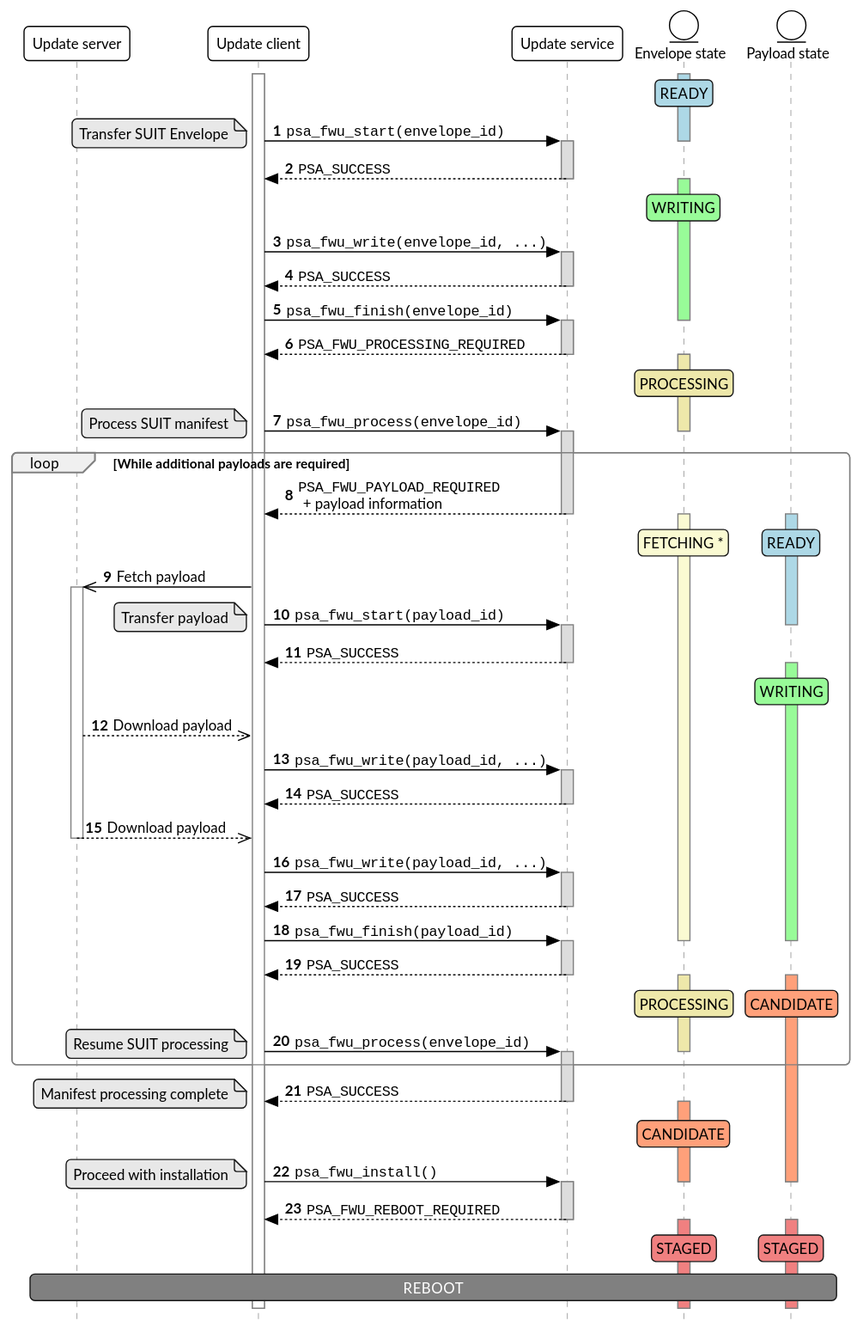
Earlier version of the PlantUML export design/rfc-01-fwu-suit/fetch-as-state.svg (ARM-software/psa-api). Its source is kept beside it as design/rfc-01-fwu-suit/fetch-as-state.puml.
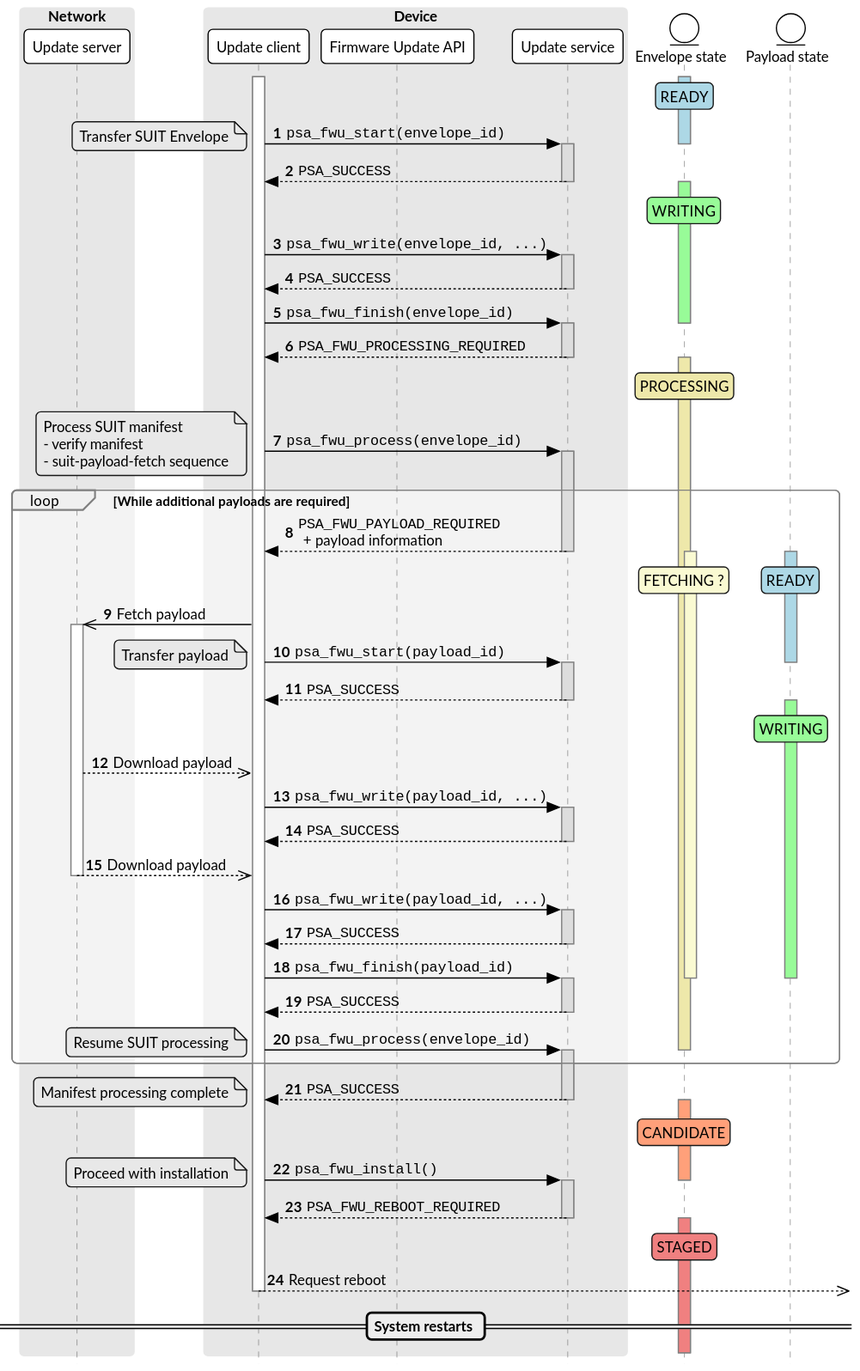
Later version of the same file.

Diff of the diagram source:
```diff
@@ -1,10 +1,16 @@
 @startuml
+
 
 !include atg-spec.pumh
 
+box Network
 participant "Update server" as server
+end box
+box Device
 participant "Update client" as client
+participant "Firmware Update API" as api
 participant "Update service" as service
+end box
 entity "Envelope state" as envelope
 entity "Payload state" as payload
 
@@ -36,8 +42,11 @@
 rnote over envelope #PaleGoldenRod: PROCESSING
 
 client -> service: ""psa_fwu_process(envelope_id)""
-note left: Process SUIT manifest
-deactivate envelope
+note left
+    Process SUIT manifest
+    - verify manifest
+    - suit-payload-fetch sequence
+end note
 activate service #ddd
 
 loop While additional payloads are required
@@ -45,7 +54,7 @@
     deactivate service
     activate envelope #LightGoldenRodYellow
     activate payload #LightBlue
-    rnote over envelope #LightGoldenRodYellow: FETCHING *
+    rnote over envelope #LightGoldenRodYellow: FETCHING ?
     / rnote over payload #LightBlue: READY
 
     server <<- client ++ : Fetch payload
@@ -76,10 +85,6 @@
     activate service #ddd
     return ""PSA_SUCCESS""
     deactivate service
-    activate envelope #PaleGoldenRod
-    activate payload #LightSalmon
-    rnote over envelope #PaleGoldenRod: PROCESSING
-    / rnote over payload #LightSalmon: CANDIDATE
 
     client -> service: ""psa_fwu_process(envelope_id)""
     note left: Resume SUIT processing
@@ -95,19 +100,16 @@
 
 client -> service #ddd: ""psa_fwu_install()""
 note left: Proceed with installation
-deactivate payload
 deactivate envelope
 activate service #ddd
 return  ""PSA_FWU_REBOOT_REQUIRED""
 deactivate service
 activate envelope #LightCoral
-activate payload #LightCoral
 rnote over envelope #LightCoral: STAGED
-/ rnote over payload #LightCoral: STAGED
 
 deactivate envelope
-deactivate payload
+client -->>] --: Request reboot
 
-rnote across #gray: <color:white>REBOOT
+== System restarts ==
 
 @enduml
```
